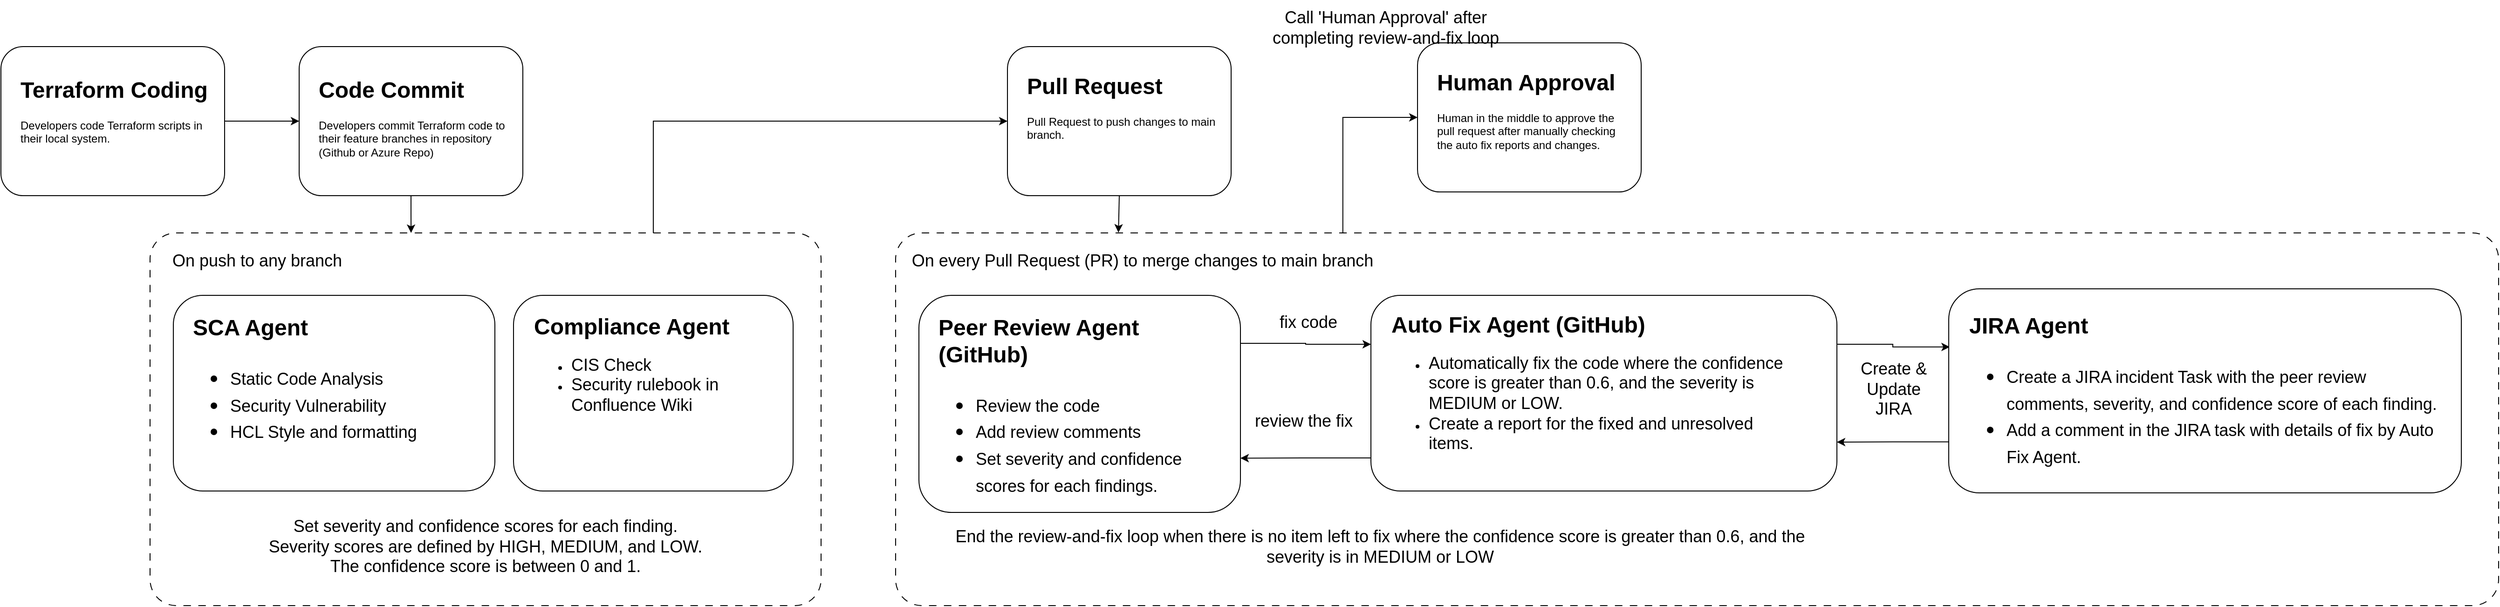
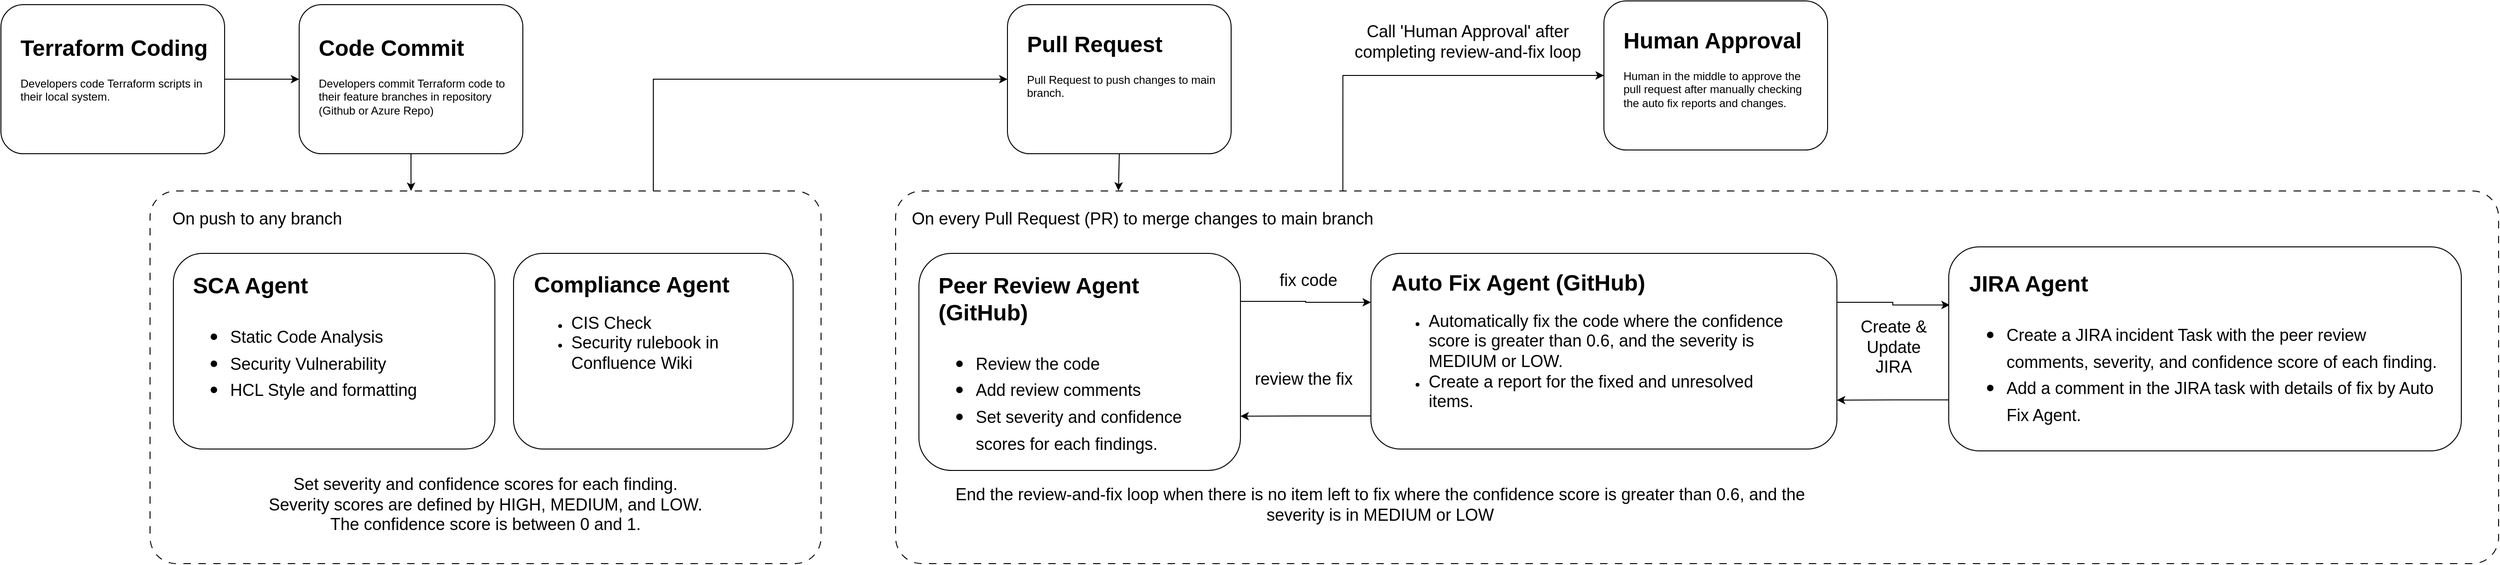
<mxfile host="app.diagrams.net">
  <diagram name="Page-1" id="llQ14HlxIDWXj9B5HY60">
    <mxGraphModel dx="1006" dy="638" grid="1" gridSize="10" guides="1" tooltips="1" connect="1" arrows="1" fold="1" page="1" pageScale="1" pageWidth="850" pageHeight="1100" math="0" shadow="0">
      <root>
        <mxCell id="0" />
        <mxCell id="1" parent="0" />
        <mxCell id="IWc9zJM8tDhvkjJ2dRjy-13" edge="1" parent="1" source="IWc9zJM8tDhvkjJ2dRjy-5" style="edgeStyle=orthogonalEdgeStyle;rounded=0;orthogonalLoop=1;jettySize=auto;html=1;entryX=0;entryY=0.5;entryDx=0;entryDy=0;exitX=0.75;exitY=0;exitDx=0;exitDy=0;" target="IWc9zJM8tDhvkjJ2dRjy-1">
          <mxGeometry relative="1" as="geometry" />
        </mxCell>
        <mxCell id="oJW8UGhNAXkty13G2p3x-1" parent="1" style="rounded=1;whiteSpace=wrap;html=1;" value="" vertex="1">
          <mxGeometry height="160" width="240" x="440" y="200" as="geometry" />
        </mxCell>
        <mxCell id="oJW8UGhNAXkty13G2p3x-3" parent="1" style="text;html=1;whiteSpace=wrap;overflow=hidden;rounded=0;" value="&lt;h1 style=&quot;margin-top: 0px;&quot;&gt;Code Commit&lt;/h1&gt;&lt;p&gt;Developers commit Terraform code to their feature branches in repository (Github or Azure Repo)&lt;/p&gt;" vertex="1">
          <mxGeometry height="100" width="210" x="459" y="226" as="geometry" />
        </mxCell>
        <mxCell id="IWc9zJM8tDhvkjJ2dRjy-35" edge="1" parent="1" source="IWc9zJM8tDhvkjJ2dRjy-14" style="edgeStyle=orthogonalEdgeStyle;rounded=0;orthogonalLoop=1;jettySize=auto;html=1;entryX=0;entryY=0.5;entryDx=0;entryDy=0;exitX=0.279;exitY=0.025;exitDx=0;exitDy=0;exitPerimeter=0;" target="IWc9zJM8tDhvkjJ2dRjy-33">
          <mxGeometry relative="1" as="geometry">
            <Array as="points">
              <mxPoint x="1560" y="276" />
            </Array>
          </mxGeometry>
        </mxCell>
        <mxCell id="IWc9zJM8tDhvkjJ2dRjy-1" parent="1" style="rounded=1;whiteSpace=wrap;html=1;" value="" vertex="1">
          <mxGeometry height="160" width="240" x="1200" y="200" as="geometry" />
        </mxCell>
        <mxCell id="IWc9zJM8tDhvkjJ2dRjy-2" parent="1" style="text;html=1;whiteSpace=wrap;overflow=hidden;rounded=0;" value="&lt;h1 style=&quot;margin-top: 0px;&quot;&gt;Pull Request&lt;/h1&gt;&lt;p&gt;Pull Request to push changes to main branch.&lt;/p&gt;" vertex="1">
          <mxGeometry height="100" width="210" x="1219" y="222" as="geometry" />
        </mxCell>
        <mxCell id="IWc9zJM8tDhvkjJ2dRjy-12" edge="1" parent="1" source="IWc9zJM8tDhvkjJ2dRjy-3" style="edgeStyle=orthogonalEdgeStyle;rounded=0;orthogonalLoop=1;jettySize=auto;html=1;exitX=1;exitY=0.5;exitDx=0;exitDy=0;entryX=0;entryY=0.5;entryDx=0;entryDy=0;" target="oJW8UGhNAXkty13G2p3x-1">
          <mxGeometry relative="1" as="geometry" />
        </mxCell>
        <mxCell id="IWc9zJM8tDhvkjJ2dRjy-3" parent="1" style="rounded=1;whiteSpace=wrap;html=1;" value="" vertex="1">
          <mxGeometry height="160" width="240" x="120" y="200" as="geometry" />
        </mxCell>
        <mxCell id="IWc9zJM8tDhvkjJ2dRjy-4" parent="1" style="text;html=1;whiteSpace=wrap;overflow=hidden;rounded=0;" value="&lt;h1 style=&quot;margin-top: 0px;&quot;&gt;Terraform Coding&lt;/h1&gt;&lt;p&gt;Developers code Terraform scripts in their local system.&lt;/p&gt;" vertex="1">
          <mxGeometry height="100" width="210" x="139" y="226" as="geometry" />
        </mxCell>
        <mxCell id="IWc9zJM8tDhvkjJ2dRjy-5" parent="1" style="rounded=1;whiteSpace=wrap;html=1;arcSize=7;dashed=1;dashPattern=8 8;" value="" vertex="1">
          <mxGeometry height="400" width="720" x="280" y="400" as="geometry" />
        </mxCell>
        <mxCell id="IWc9zJM8tDhvkjJ2dRjy-6" parent="1" style="text;html=1;whiteSpace=wrap;strokeColor=none;fillColor=none;align=center;verticalAlign=middle;rounded=0;" value="&lt;font style=&quot;font-size: 18px;&quot;&gt;On push to any branch&lt;/font&gt;" vertex="1">
          <mxGeometry height="30" width="210" x="290" y="415" as="geometry" />
        </mxCell>
        <mxCell id="IWc9zJM8tDhvkjJ2dRjy-7" parent="1" style="rounded=1;whiteSpace=wrap;html=1;" value="" vertex="1">
          <mxGeometry height="210" width="345" x="305" y="467" as="geometry" />
        </mxCell>
        <mxCell id="IWc9zJM8tDhvkjJ2dRjy-8" parent="1" style="text;html=1;whiteSpace=wrap;overflow=hidden;rounded=0;" value="&lt;h1 style=&quot;margin-top: 0px;&quot;&gt;SCA Agent&lt;/h1&gt;&lt;h1 style=&quot;margin-top: 0px;&quot;&gt;&lt;p style=&quot;font-size: 12px; font-weight: 400;&quot;&gt;&lt;/p&gt;&lt;ul&gt;&lt;li&gt;&lt;span style=&quot;font-size: 18px; font-weight: normal;&quot;&gt;Static Code Analysis&lt;/span&gt;&lt;/li&gt;&lt;li&gt;&lt;span style=&quot;font-size: 18px; font-weight: normal;&quot;&gt;Security Vulnerability&lt;/span&gt;&lt;/li&gt;&lt;li&gt;&lt;span style=&quot;font-size: 18px; font-weight: normal;&quot;&gt;HCL Style and formatting&lt;/span&gt;&lt;/li&gt;&lt;/ul&gt;&lt;p&gt;&lt;/p&gt;&lt;/h1&gt;" vertex="1">
          <mxGeometry height="183" width="306" x="324" y="481" as="geometry" />
        </mxCell>
        <mxCell id="IWc9zJM8tDhvkjJ2dRjy-9" parent="1" style="rounded=1;whiteSpace=wrap;html=1;" value="" vertex="1">
          <mxGeometry height="210" width="300" x="670" y="467" as="geometry" />
        </mxCell>
        <mxCell id="IWc9zJM8tDhvkjJ2dRjy-10" parent="1" style="text;html=1;whiteSpace=wrap;overflow=hidden;rounded=0;" value="&lt;h1 style=&quot;margin-top: 0px;&quot;&gt;Compliance Agent&lt;/h1&gt;&lt;p&gt;&lt;/p&gt;&lt;ul&gt;&lt;li&gt;&lt;span style=&quot;font-size: 18px;&quot;&gt;CIS Check&lt;/span&gt;&lt;/li&gt;&lt;li&gt;&lt;span style=&quot;font-size: 18px;&quot;&gt;Security rulebook in Confluence Wiki&lt;/span&gt;&lt;/li&gt;&lt;/ul&gt;&lt;p&gt;&lt;/p&gt;" vertex="1">
          <mxGeometry height="180" width="269" x="690" y="480" as="geometry" />
        </mxCell>
        <mxCell id="IWc9zJM8tDhvkjJ2dRjy-11" edge="1" parent="1" source="oJW8UGhNAXkty13G2p3x-1" style="edgeStyle=orthogonalEdgeStyle;rounded=0;orthogonalLoop=1;jettySize=auto;html=1;exitX=0.5;exitY=1;exitDx=0;exitDy=0;entryX=0.389;entryY=0;entryDx=0;entryDy=0;entryPerimeter=0;" target="IWc9zJM8tDhvkjJ2dRjy-5">
          <mxGeometry relative="1" as="geometry" />
        </mxCell>
        <mxCell id="IWc9zJM8tDhvkjJ2dRjy-14" parent="1" style="rounded=1;whiteSpace=wrap;html=1;arcSize=7;dashed=1;dashPattern=8 8;" value="" vertex="1">
          <mxGeometry height="400" width="1720" x="1080" y="400" as="geometry" />
        </mxCell>
        <mxCell id="IWc9zJM8tDhvkjJ2dRjy-15" parent="1" style="text;html=1;whiteSpace=wrap;strokeColor=none;fillColor=none;align=center;verticalAlign=middle;rounded=0;" value="&lt;font style=&quot;font-size: 18px;&quot;&gt;On every Pull Request (PR) to merge changes to main branch&lt;/font&gt;" vertex="1">
          <mxGeometry height="30" width="510" x="1090" y="415" as="geometry" />
        </mxCell>
        <mxCell id="IWc9zJM8tDhvkjJ2dRjy-22" edge="1" parent="1" source="IWc9zJM8tDhvkjJ2dRjy-16" style="edgeStyle=orthogonalEdgeStyle;rounded=0;orthogonalLoop=1;jettySize=auto;html=1;exitX=1;exitY=0.221;exitDx=0;exitDy=0;entryX=0;entryY=0.25;entryDx=0;entryDy=0;exitPerimeter=0;" target="IWc9zJM8tDhvkjJ2dRjy-18">
          <mxGeometry relative="1" as="geometry" />
        </mxCell>
        <mxCell id="IWc9zJM8tDhvkjJ2dRjy-16" parent="1" style="rounded=1;whiteSpace=wrap;html=1;" value="" vertex="1">
          <mxGeometry height="233" width="345" x="1105" y="467" as="geometry" />
        </mxCell>
        <mxCell id="IWc9zJM8tDhvkjJ2dRjy-17" parent="1" style="text;html=1;whiteSpace=wrap;overflow=hidden;rounded=0;" value="&lt;h1 style=&quot;margin-top: 0px;&quot;&gt;Peer Review Agent (GitHub)&lt;/h1&gt;&lt;h1 style=&quot;margin-top: 0px;&quot;&gt;&lt;p style=&quot;font-size: 12px; font-weight: 400;&quot;&gt;&lt;/p&gt;&lt;ul&gt;&lt;li&gt;&lt;span style=&quot;font-size: 18px; font-weight: 400;&quot;&gt;Review the code&lt;/span&gt;&lt;/li&gt;&lt;li&gt;&lt;span style=&quot;font-size: 18px; font-weight: 400;&quot;&gt;Add review comments&lt;/span&gt;&lt;/li&gt;&lt;li&gt;&lt;span style=&quot;font-size: 18px; font-weight: 400;&quot;&gt;Set severity and confidence scores for each findings.&lt;/span&gt;&lt;/li&gt;&lt;/ul&gt;&lt;p&gt;&lt;/p&gt;&lt;/h1&gt;" vertex="1">
          <mxGeometry height="209" width="306" x="1124" y="481" as="geometry" />
        </mxCell>
        <mxCell id="IWc9zJM8tDhvkjJ2dRjy-23" edge="1" parent="1" source="IWc9zJM8tDhvkjJ2dRjy-18" style="edgeStyle=orthogonalEdgeStyle;rounded=0;orthogonalLoop=1;jettySize=auto;html=1;exitX=0;exitY=0.831;exitDx=0;exitDy=0;entryX=1;entryY=0.75;entryDx=0;entryDy=0;exitPerimeter=0;" target="IWc9zJM8tDhvkjJ2dRjy-16">
          <mxGeometry relative="1" as="geometry" />
        </mxCell>
        <mxCell id="IWc9zJM8tDhvkjJ2dRjy-31" edge="1" parent="1" source="IWc9zJM8tDhvkjJ2dRjy-18" style="edgeStyle=orthogonalEdgeStyle;rounded=0;orthogonalLoop=1;jettySize=auto;html=1;exitX=1;exitY=0.25;exitDx=0;exitDy=0;entryX=0.002;entryY=0.285;entryDx=0;entryDy=0;entryPerimeter=0;" target="IWc9zJM8tDhvkjJ2dRjy-27">
          <mxGeometry relative="1" as="geometry" />
        </mxCell>
        <mxCell id="IWc9zJM8tDhvkjJ2dRjy-18" parent="1" style="rounded=1;whiteSpace=wrap;html=1;" value="" vertex="1">
          <mxGeometry height="210" width="500" x="1590" y="467" as="geometry" />
        </mxCell>
        <mxCell id="IWc9zJM8tDhvkjJ2dRjy-19" parent="1" style="text;html=1;whiteSpace=wrap;overflow=hidden;rounded=0;" value="&lt;h1 style=&quot;margin-top: 0px;&quot;&gt;Auto Fix Agent (GitHub)&lt;/h1&gt;&lt;p&gt;&lt;/p&gt;&lt;ul&gt;&lt;li&gt;&lt;span style=&quot;font-size: 18px;&quot;&gt;Automatically fix the code where the confidence score is greater than 0.6, and the severity is MEDIUM or LOW.&amp;nbsp;&lt;/span&gt;&lt;/li&gt;&lt;li&gt;&lt;span style=&quot;font-size: 18px;&quot;&gt;Create a report for the fixed and unresolved items.&lt;/span&gt;&lt;/li&gt;&lt;/ul&gt;&lt;p&gt;&lt;/p&gt;" vertex="1">
          <mxGeometry height="192" width="440" x="1610" y="478" as="geometry" />
        </mxCell>
        <mxCell id="IWc9zJM8tDhvkjJ2dRjy-20" parent="1" style="text;whiteSpace=wrap;fontSize=18;align=center;" value="Set severity and confidence scores for each finding.&#xa;Severity scores are defined by HIGH, MEDIUM, and LOW.&#xa;The confidence score is between 0 and 1." vertex="1">
          <mxGeometry height="77" width="640" x="320" y="698" as="geometry" />
        </mxCell>
        <mxCell id="IWc9zJM8tDhvkjJ2dRjy-21" edge="1" parent="1" source="IWc9zJM8tDhvkjJ2dRjy-1" style="edgeStyle=orthogonalEdgeStyle;rounded=0;orthogonalLoop=1;jettySize=auto;html=1;exitX=0.5;exitY=1;exitDx=0;exitDy=0;entryX=0.139;entryY=-0.001;entryDx=0;entryDy=0;entryPerimeter=0;" target="IWc9zJM8tDhvkjJ2dRjy-14">
          <mxGeometry relative="1" as="geometry" />
        </mxCell>
        <mxCell id="IWc9zJM8tDhvkjJ2dRjy-24" parent="1" style="text;html=1;whiteSpace=wrap;strokeColor=none;fillColor=none;align=center;verticalAlign=middle;rounded=0;" value="&lt;font style=&quot;font-size: 18px;&quot;&gt;fix code&lt;/font&gt;" vertex="1">
          <mxGeometry height="30" width="82" x="1482" y="481" as="geometry" />
        </mxCell>
        <mxCell id="IWc9zJM8tDhvkjJ2dRjy-25" parent="1" style="text;html=1;whiteSpace=wrap;strokeColor=none;fillColor=none;align=center;verticalAlign=middle;rounded=0;" value="&lt;font style=&quot;font-size: 18px;&quot;&gt;review the fix&lt;/font&gt;" vertex="1">
          <mxGeometry height="30" width="120" x="1458" y="587" as="geometry" />
        </mxCell>
        <mxCell id="IWc9zJM8tDhvkjJ2dRjy-26" parent="1" style="text;html=1;whiteSpace=wrap;strokeColor=none;fillColor=none;align=center;verticalAlign=middle;rounded=0;" value="&lt;font style=&quot;font-size: 18px;&quot;&gt;End the review-and-fix loop when there is no item left to fix where the confidence score is greater than 0.6, and the severity is in MEDIUM or LOW&lt;/font&gt;" vertex="1">
          <mxGeometry height="50" width="980" x="1110" y="711.5" as="geometry" />
        </mxCell>
        <mxCell id="IWc9zJM8tDhvkjJ2dRjy-30" edge="1" parent="1" source="IWc9zJM8tDhvkjJ2dRjy-27" style="edgeStyle=orthogonalEdgeStyle;rounded=0;orthogonalLoop=1;jettySize=auto;html=1;exitX=0;exitY=0.75;exitDx=0;exitDy=0;entryX=1;entryY=0.75;entryDx=0;entryDy=0;" target="IWc9zJM8tDhvkjJ2dRjy-18">
          <mxGeometry relative="1" as="geometry" />
        </mxCell>
        <mxCell id="IWc9zJM8tDhvkjJ2dRjy-27" parent="1" style="rounded=1;whiteSpace=wrap;html=1;" value="" vertex="1">
          <mxGeometry height="219" width="550" x="2210" y="460" as="geometry" />
        </mxCell>
        <mxCell id="IWc9zJM8tDhvkjJ2dRjy-28" parent="1" style="text;html=1;whiteSpace=wrap;overflow=hidden;rounded=0;" value="&lt;h1 style=&quot;margin-top: 0px;&quot;&gt;JIRA Agent&lt;/h1&gt;&lt;h1 style=&quot;margin-top: 0px;&quot;&gt;&lt;p style=&quot;font-size: 12px; font-weight: 400;&quot;&gt;&lt;/p&gt;&lt;ul&gt;&lt;li&gt;&lt;span style=&quot;font-size: 18px; font-weight: 400;&quot;&gt;Create a JIRA incident Task with the peer review comments, severity, and confidence score of each finding.&lt;/span&gt;&lt;/li&gt;&lt;li&gt;&lt;span style=&quot;font-size: 18px; font-weight: 400;&quot;&gt;Add a comment in the JIRA task with details of fix by Auto Fix Agent.&lt;/span&gt;&lt;/li&gt;&lt;/ul&gt;&lt;p&gt;&lt;/p&gt;&lt;/h1&gt;" vertex="1">
          <mxGeometry height="191" width="510" x="2230" y="479" as="geometry" />
        </mxCell>
        <mxCell id="IWc9zJM8tDhvkjJ2dRjy-32" parent="1" style="text;html=1;whiteSpace=wrap;strokeColor=none;fillColor=none;align=center;verticalAlign=middle;rounded=0;" value="&lt;font style=&quot;font-size: 18px;&quot;&gt;Create &amp;amp; Update JIRA&lt;/font&gt;" vertex="1">
          <mxGeometry height="57.5" width="102" x="2100" y="539" as="geometry" />
        </mxCell>
        <mxCell id="IWc9zJM8tDhvkjJ2dRjy-33" parent="1" style="rounded=1;whiteSpace=wrap;html=1;" value="" vertex="1">
-           <mxGeometry height="160" width="240" x="1640" y="196" as="geometry" />
+           <mxGeometry height="160" width="240" x="1840" y="196" as="geometry" />
        </mxCell>
        <mxCell id="IWc9zJM8tDhvkjJ2dRjy-34" parent="1" style="text;html=1;whiteSpace=wrap;overflow=hidden;rounded=0;" value="&lt;h1 style=&quot;margin-top: 0px;&quot;&gt;Human Approval&lt;/h1&gt;&lt;p&gt;Human in the middle to approve the pull request after manually checking the auto fix reports and changes.&amp;nbsp;&lt;/p&gt;" vertex="1">
-           <mxGeometry height="100" width="210" x="1659" y="218" as="geometry" />
+           <mxGeometry height="100" width="210" x="1859" y="218" as="geometry" />
        </mxCell>
        <mxCell id="IWc9zJM8tDhvkjJ2dRjy-36" parent="1" style="text;html=1;whiteSpace=wrap;strokeColor=none;fillColor=none;align=center;verticalAlign=middle;rounded=0;" value="&lt;font style=&quot;font-size: 18px;&quot;&gt;Call &#39;Human Approval&#39; after completing review-and-fix loop&lt;/font&gt;" vertex="1">
-           <mxGeometry height="60" width="248" x="1482" y="150" as="geometry" />
+           <mxGeometry height="60" width="248" x="1570" y="210" as="geometry" />
        </mxCell>
      </root>
    </mxGraphModel>
  </diagram>
</mxfile>
